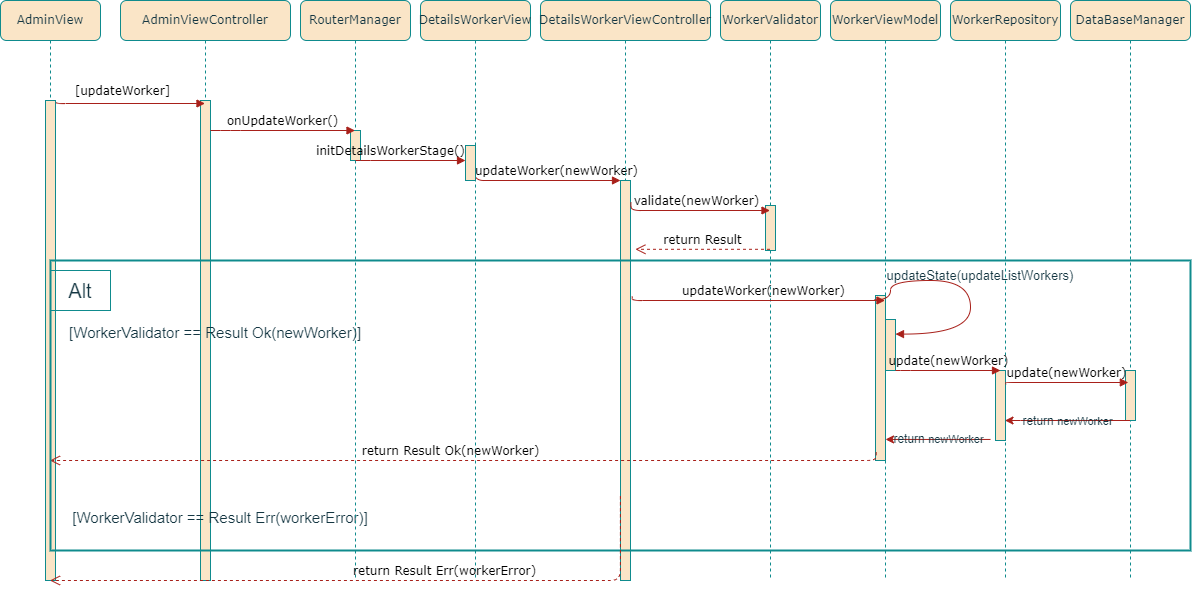
Above: EntornosDeDesarrollo/DiagramasDeSecuencia/Actualizar trabajador.png in kuromiichi/ProyectoFinalITV (draw.io), before the change. Source tidied: cells renumbered, new cells last; positions are measured from the earlier drawing's top-left corner, leaving out a move shared by most shapes. Source of this version:
```xml
<mxGraphModel>
  <root>
    <mxCell id="0" />
    <mxCell id="1" parent="0" />
    <mxCell id="2" value="AdminViewController" style="shape=umlLifeline;perimeter=lifelinePerimeter;whiteSpace=wrap;html=1;outlineConnect=0;rounded=1;shadow=0;comic=0;labelBackgroundColor=none;strokeWidth=1;fontFamily=Verdana;fontSize=12;align=center;fillColor=#FAE5C7;strokeColor=#0F8B8D;fontColor=#143642;" parent="1" vertex="1">
      <mxGeometry x="241" width="170" height="580" as="geometry" />
    </mxCell>
    <mxCell id="3" style="html=1;points=[];perimeter=orthogonalPerimeter;rounded=0;shadow=0;comic=0;labelBackgroundColor=none;strokeWidth=1;fontFamily=Verdana;fontSize=12;align=center;fillColor=#FAE5C7;strokeColor=#0F8B8D;fontColor=#143642;" parent="2" vertex="1">
      <mxGeometry x="80" y="100" width="10" height="480" as="geometry" />
    </mxCell>
    <mxCell id="4" value="[updateWorker]" style="html=1;verticalAlign=bottom;endArrow=block;labelBackgroundColor=none;fontFamily=Verdana;fontSize=12;edgeStyle=elbowEdgeStyle;elbow=vertical;exitX=1.069;exitY=-0.014;exitDx=0;exitDy=0;exitPerimeter=0;strokeColor=#A8201A;fontColor=default;" parent="2" edge="1" target="2">
      <mxGeometry x="-0.08" y="3" relative="1" as="geometry">
        <mxPoint x="-65" y="100" as="sourcePoint" />
        <Array as="points">
          <mxPoint x="39" y="103" />
          <mxPoint x="-241" y="93" />
        </Array>
      </mxGeometry>
    </mxCell>
    <mxCell id="5" value="&lt;font style=&quot;font-size: 15px;&quot;&gt;[WorkerValidator == Result Err(workerError)]&lt;/font&gt;" style="text;html=1;strokeColor=none;fillColor=none;align=center;verticalAlign=middle;whiteSpace=wrap;rounded=0;fontSize=20;labelBackgroundColor=none;fontColor=#143642;" parent="2" vertex="1">
      <mxGeometry x="-50" y="500" width="300" height="30" as="geometry" />
    </mxCell>
    <mxCell id="6" value="WorkerValidator" style="shape=umlLifeline;perimeter=lifelinePerimeter;whiteSpace=wrap;html=1;outlineConnect=0;rounded=1;shadow=0;comic=0;labelBackgroundColor=none;strokeWidth=1;fontFamily=Verdana;fontSize=12;align=center;fillColor=#FAE5C7;strokeColor=#0F8B8D;fontColor=#143642;" parent="1" vertex="1">
      <mxGeometry x="841" width="100" height="580" as="geometry" />
    </mxCell>
    <mxCell id="7" style="html=1;perimeter=orthogonalPerimeter;rounded=0;shadow=0;comic=0;labelBackgroundColor=none;strokeWidth=1;fontFamily=Verdana;fontSize=12;align=center;fillColor=#FAE5C7;strokeColor=#0F8B8D;fontColor=#143642;" parent="6" vertex="1">
      <mxGeometry x="45" y="205" width="10" height="45" as="geometry" />
    </mxCell>
    <mxCell id="8" value="WorkerRepository" style="shape=umlLifeline;perimeter=lifelinePerimeter;whiteSpace=wrap;html=1;outlineConnect=0;rounded=1;shadow=0;comic=0;labelBackgroundColor=none;strokeWidth=1;fontFamily=Verdana;fontSize=12;align=center;fillColor=#FAE5C7;strokeColor=#0F8B8D;fontColor=#143642;" parent="1" vertex="1">
      <mxGeometry x="1071" width="110" height="580" as="geometry" />
    </mxCell>
    <mxCell id="9" style="html=1;points=[];perimeter=orthogonalPerimeter;rounded=0;shadow=0;comic=0;labelBackgroundColor=none;strokeWidth=1;fontFamily=Verdana;fontSize=12;align=center;fillColor=#FAE5C7;strokeColor=#0F8B8D;fontColor=#143642;" parent="8" vertex="1">
      <mxGeometry x="45" y="370" width="10" height="70" as="geometry" />
    </mxCell>
    <mxCell id="10" value="&lt;font style=&quot;font-size: 13px;&quot;&gt;updateState(updateListWorkers)&lt;/font&gt;" style="text;html=1;strokeColor=none;fillColor=none;align=center;verticalAlign=middle;whiteSpace=wrap;rounded=0;labelBackgroundColor=none;fontColor=#143642;" parent="8" vertex="1">
      <mxGeometry x="-70" y="260" width="200" height="30" as="geometry" />
    </mxCell>
    <mxCell id="11" value="DataBaseManager" style="shape=umlLifeline;perimeter=lifelinePerimeter;whiteSpace=wrap;html=1;outlineConnect=0;rounded=1;shadow=0;comic=0;labelBackgroundColor=none;strokeWidth=1;fontFamily=Verdana;fontSize=12;align=center;fillColor=#FAE5C7;strokeColor=#0F8B8D;fontColor=#143642;" parent="1" vertex="1">
      <mxGeometry x="1191" width="120" height="580" as="geometry" />
    </mxCell>
    <mxCell id="12" style="html=1;points=[];perimeter=orthogonalPerimeter;rounded=0;shadow=0;comic=0;labelBackgroundColor=none;strokeWidth=1;fontFamily=Verdana;fontSize=12;align=center;fillColor=#FAE5C7;strokeColor=#0F8B8D;fontColor=#143642;" parent="11" vertex="1">
      <mxGeometry x="55" y="370" width="10" height="50" as="geometry" />
    </mxCell>
    <mxCell id="13" value="AdminView" style="shape=umlLifeline;perimeter=lifelinePerimeter;whiteSpace=wrap;html=1;outlineConnect=0;rounded=1;shadow=0;comic=0;labelBackgroundColor=none;strokeWidth=1;fontFamily=Verdana;fontSize=12;align=center;fillColor=#FAE5C7;strokeColor=#0F8B8D;fontColor=#143642;" parent="1" vertex="1">
      <mxGeometry x="121" width="100" height="580" as="geometry" />
    </mxCell>
    <mxCell id="14" style="html=1;perimeter=orthogonalPerimeter;rounded=0;shadow=0;comic=0;labelBackgroundColor=none;strokeWidth=1;fontFamily=Verdana;fontSize=12;align=center;fillColor=#FAE5C7;strokeColor=#0F8B8D;fontColor=#143642;" parent="13" vertex="1">
      <mxGeometry x="45" y="100" width="10" height="480" as="geometry" />
    </mxCell>
    <mxCell id="15" value="updateWorker(newWorker)" style="html=1;verticalAlign=bottom;endArrow=block;labelBackgroundColor=none;fontFamily=Verdana;fontSize=12;edgeStyle=elbowEdgeStyle;elbow=vertical;exitX=0.833;exitY=0.125;exitDx=0;exitDy=0;exitPerimeter=0;strokeColor=#A8201A;fontColor=default;" parent="1" edge="1" source="21" target="25">
      <mxGeometry x="0.28" relative="1" as="geometry">
        <Array as="points">
          <mxPoint x="631" y="180" />
          <mxPoint x="711" y="120" />
          <mxPoint x="431" y="110" />
        </Array>
      </mxGeometry>
    </mxCell>
    <mxCell id="16" value="RouterManager" style="shape=umlLifeline;perimeter=lifelinePerimeter;whiteSpace=wrap;html=1;outlineConnect=0;rounded=1;shadow=0;comic=0;labelBackgroundColor=none;strokeWidth=1;fontFamily=Verdana;fontSize=12;align=center;fillColor=#FAE5C7;strokeColor=#0F8B8D;fontColor=#143642;" parent="1" vertex="1">
      <mxGeometry x="421" width="110" height="580" as="geometry" />
    </mxCell>
    <mxCell id="17" style="html=1;perimeter=orthogonalPerimeter;rounded=0;shadow=0;comic=0;labelBackgroundColor=none;strokeWidth=1;fontFamily=Verdana;fontSize=12;align=center;fillColor=#FAE5C7;strokeColor=#0F8B8D;fontColor=#143642;" parent="16" vertex="1">
      <mxGeometry x="50" y="130" width="10" height="30" as="geometry" />
    </mxCell>
    <mxCell id="18" value="Alt" style="text;html=1;strokeColor=#0F8B8D;fillColor=none;align=center;verticalAlign=middle;whiteSpace=wrap;rounded=0;fontSize=20;labelBackgroundColor=none;fontColor=#143642;" parent="16" vertex="1">
      <mxGeometry x="-250" y="270" width="60" height="40" as="geometry" />
    </mxCell>
    <mxCell id="19" value="initDetailsWorkerStage()" style="html=1;verticalAlign=bottom;endArrow=block;labelBackgroundColor=none;fontFamily=Verdana;fontSize=12;edgeStyle=elbowEdgeStyle;elbow=vertical;strokeColor=#A8201A;fontColor=default;" parent="16" edge="1">
      <mxGeometry x="-0.36" relative="1" as="geometry">
        <mxPoint x="55" y="160" as="sourcePoint" />
        <mxPoint x="165" y="160" as="targetPoint" />
        <Array as="points">
          <mxPoint x="60" y="160" />
          <mxPoint x="170" y="160" />
        </Array>
      </mxGeometry>
    </mxCell>
    <mxCell id="20" value="DetailsWorkerView" style="shape=umlLifeline;perimeter=lifelinePerimeter;whiteSpace=wrap;html=1;rounded=1;shadow=0;comic=0;labelBackgroundColor=none;strokeWidth=1;fontFamily=Verdana;fontSize=12;align=center;fillColor=#FAE5C7;strokeColor=#0F8B8D;fontColor=#143642;" parent="1" vertex="1">
      <mxGeometry x="541" width="110" height="580" as="geometry" />
    </mxCell>
    <mxCell id="21" style="html=1;points=[];perimeter=orthogonalPerimeter;rounded=0;shadow=0;comic=0;labelBackgroundColor=none;strokeWidth=1;fontFamily=Verdana;fontSize=12;align=center;fillColor=#FAE5C7;strokeColor=#0F8B8D;fontColor=#143642;" parent="20" vertex="1">
      <mxGeometry x="45" y="145" width="10" height="35" as="geometry" />
    </mxCell>
    <mxCell id="22" value="onUpdateWorker()" style="html=1;verticalAlign=bottom;endArrow=block;labelBackgroundColor=none;fontFamily=Verdana;fontSize=12;edgeStyle=elbowEdgeStyle;elbow=vertical;strokeColor=#A8201A;fontColor=default;" parent="1" edge="1" source="3" target="16">
      <mxGeometry relative="1" as="geometry">
        <Array as="points">
          <mxPoint x="351" y="130" />
          <mxPoint x="461" y="130" />
        </Array>
      </mxGeometry>
    </mxCell>
    <mxCell id="23" value="return Result" style="html=1;verticalAlign=bottom;endArrow=open;dashed=1;endSize=8;labelBackgroundColor=none;fontFamily=Verdana;fontSize=12;entryX=1.489;entryY=0.172;entryDx=0;entryDy=0;entryPerimeter=0;strokeColor=#A8201A;fontColor=default;" parent="1" edge="1" source="6" target="25">
      <mxGeometry relative="1" as="geometry" />
    </mxCell>
    <mxCell id="24" value="DetailsWorkerViewController" style="shape=umlLifeline;perimeter=lifelinePerimeter;whiteSpace=wrap;html=1;rounded=1;shadow=0;comic=0;labelBackgroundColor=none;strokeWidth=1;fontFamily=Verdana;fontSize=12;align=center;fillColor=#FAE5C7;strokeColor=#0F8B8D;fontColor=#143642;" parent="1" vertex="1">
      <mxGeometry x="661" width="170" height="580" as="geometry" />
    </mxCell>
    <mxCell id="25" style="html=1;points=[];perimeter=orthogonalPerimeter;rounded=0;shadow=0;comic=0;labelBackgroundColor=none;strokeWidth=1;fontFamily=Verdana;fontSize=12;align=center;fillColor=#FAE5C7;strokeColor=#0F8B8D;fontColor=#143642;" parent="24" vertex="1">
      <mxGeometry x="80" y="180" width="10" height="400" as="geometry" />
    </mxCell>
    <mxCell id="26" value="validate(newWorker)" style="html=1;verticalAlign=bottom;endArrow=block;labelBackgroundColor=none;fontFamily=Verdana;fontSize=12;edgeStyle=elbowEdgeStyle;elbow=vertical;exitX=1.041;exitY=0.055;exitDx=0;exitDy=0;exitPerimeter=0;strokeColor=#A8201A;fontColor=default;" parent="1" edge="1" source="25" target="6">
      <mxGeometry relative="1" as="geometry">
        <Array as="points">
          <mxPoint x="761" y="210" />
          <mxPoint x="741" y="230" />
          <mxPoint x="641" y="190" />
          <mxPoint x="721" y="130" />
          <mxPoint x="441" y="120" />
        </Array>
      </mxGeometry>
    </mxCell>
    <mxCell id="27" value="WorkerViewModel" style="shape=umlLifeline;perimeter=lifelinePerimeter;whiteSpace=wrap;html=1;outlineConnect=0;rounded=1;shadow=0;comic=0;labelBackgroundColor=none;strokeWidth=1;fontFamily=Verdana;fontSize=12;align=center;fillColor=#FAE5C7;strokeColor=#0F8B8D;fontColor=#143642;" parent="1" vertex="1">
      <mxGeometry x="951" width="110" height="580" as="geometry" />
    </mxCell>
    <mxCell id="28" style="html=1;points=[];perimeter=orthogonalPerimeter;rounded=0;shadow=0;comic=0;labelBackgroundColor=none;strokeWidth=1;fontFamily=Verdana;fontSize=12;align=center;fillColor=#FAE5C7;strokeColor=#0F8B8D;fontColor=#143642;" parent="27" vertex="1">
      <mxGeometry x="45" y="295" width="10" height="165" as="geometry" />
    </mxCell>
    <mxCell id="29" style="html=1;points=[];perimeter=orthogonalPerimeter;rounded=0;shadow=0;comic=0;labelBackgroundColor=none;strokeWidth=1;fontFamily=Verdana;fontSize=12;align=center;fillColor=#FAE5C7;strokeColor=#0F8B8D;fontColor=#143642;" parent="27" vertex="1">
      <mxGeometry x="55" y="319" width="10" height="51" as="geometry" />
    </mxCell>
    <mxCell id="30" style="html=1;verticalAlign=bottom;endArrow=block;labelBackgroundColor=none;fontFamily=Verdana;fontSize=12;elbow=vertical;edgeStyle=orthogonalEdgeStyle;curved=1;entryX=1;entryY=0.286;entryPerimeter=0;exitX=-0.137;exitY=0.027;exitPerimeter=0;exitDx=0;exitDy=0;strokeColor=#A8201A;fontColor=default;" parent="27" edge="1" source="28" target="29">
      <mxGeometry relative="1" as="geometry">
        <Array as="points">
          <mxPoint x="60" y="300" />
          <mxPoint x="60" y="280" />
          <mxPoint x="140" y="280" />
          <mxPoint x="140" y="334" />
        </Array>
      </mxGeometry>
    </mxCell>
    <mxCell id="31" style="endArrow=classic;html=1;rounded=1;labelBackgroundColor=none;strokeColor=#A8201A;fontColor=default;" parent="27" edge="1">
      <mxGeometry relative="1" as="geometry">
        <mxPoint x="160" y="438.9" as="sourcePoint" />
        <mxPoint x="55" y="438.9" as="targetPoint" />
        <Array as="points">
          <mxPoint x="136" y="438.9" />
        </Array>
      </mxGeometry>
    </mxCell>
    <mxCell id="32" value="&lt;font style=&quot;font-size: 12px;&quot;&gt;return&amp;nbsp;&lt;/font&gt;newWorker" style="edgeLabel;html=1;align=center;verticalAlign=middle;labelBackgroundColor=none;fontColor=#143642;" parent="31" vertex="1">
      <mxGeometry relative="1" as="geometry" />
    </mxCell>
    <mxCell id="33" value="updateWorker(newWorker)" style="html=1;verticalAlign=bottom;endArrow=block;labelBackgroundColor=none;fontFamily=Verdana;fontSize=12;edgeStyle=elbowEdgeStyle;elbow=vertical;exitX=1.174;exitY=0.29;exitDx=0;exitDy=0;exitPerimeter=0;strokeColor=#A8201A;fontColor=default;" parent="1" edge="1" source="25" target="27">
      <mxGeometry x="0.05" relative="1" as="geometry">
        <Array as="points">
          <mxPoint x="781" y="300" />
          <mxPoint x="730" y="315" />
          <mxPoint x="630" y="275" />
          <mxPoint x="710" y="215" />
          <mxPoint x="430" y="205" />
        </Array>
      </mxGeometry>
    </mxCell>
    <mxCell id="34" value="update(newWorker)" style="html=1;verticalAlign=bottom;endArrow=block;labelBackgroundColor=none;fontFamily=Verdana;fontSize=12;edgeStyle=elbowEdgeStyle;elbow=vertical;entryX=0.284;entryY=0.233;entryDx=0;entryDy=0;entryPerimeter=0;exitX=1.021;exitY=0.196;exitDx=0;exitDy=0;exitPerimeter=0;strokeColor=#A8201A;fontColor=default;" parent="1" edge="1" source="9" target="12">
      <mxGeometry x="0.01" relative="1" as="geometry">
        <Array as="points">
          <mxPoint x="1181" y="382" />
          <mxPoint x="1306" y="369.2" />
        </Array>
      </mxGeometry>
    </mxCell>
    <mxCell id="35" style="endArrow=classic;html=1;rounded=1;labelBackgroundColor=none;strokeColor=#A8201A;fontColor=default;" parent="1" edge="1" source="11" target="8">
      <mxGeometry relative="1" as="geometry">
        <Array as="points">
          <mxPoint x="1131" y="420" />
        </Array>
      </mxGeometry>
    </mxCell>
    <mxCell id="36" value="&lt;font style=&quot;font-size: 12px;&quot;&gt;return&amp;nbsp;&lt;/font&gt;newWorker" style="edgeLabel;html=1;align=center;verticalAlign=middle;labelBackgroundColor=none;fontColor=#143642;" parent="35" vertex="1">
      <mxGeometry relative="1" as="geometry" />
    </mxCell>
    <mxCell id="37" value="return Result Ok(newWorker)" style="html=1;verticalAlign=bottom;endArrow=open;dashed=1;endSize=8;labelBackgroundColor=none;fontFamily=Verdana;fontSize=12;edgeStyle=elbowEdgeStyle;elbow=vertical;exitX=0.068;exitY=0.95;exitDx=0;exitDy=0;exitPerimeter=0;strokeColor=#A8201A;fontColor=default;" parent="1" edge="1" source="28" target="13">
      <mxGeometry x="0.04" relative="1" as="geometry">
        <Array as="points">
          <mxPoint x="651" y="460" />
          <mxPoint x="371" y="460" />
          <mxPoint x="1111" y="640" />
        </Array>
      </mxGeometry>
    </mxCell>
    <mxCell id="38" value="update(newWorker)" style="html=1;verticalAlign=bottom;endArrow=block;labelBackgroundColor=none;fontFamily=Verdana;fontSize=12;edgeStyle=elbowEdgeStyle;elbow=vertical;strokeColor=#A8201A;fontColor=default;" parent="1" edge="1">
      <mxGeometry relative="1" as="geometry">
        <mxPoint x="1016" y="370" as="sourcePoint" />
        <mxPoint x="1121" y="370" as="targetPoint" />
        <Array as="points">
          <mxPoint x="1021" y="370" />
          <mxPoint x="1131" y="370" />
        </Array>
      </mxGeometry>
    </mxCell>
    <mxCell id="39" style="rounded=0;whiteSpace=wrap;html=1;strokeWidth=2;absoluteArcSize=0;fillOpacity=0;fillColor=#FAE5C7;strokeColor=#0F8B8D;labelBackgroundColor=none;fontColor=#143642;" parent="1" vertex="1">
      <mxGeometry x="171" y="260" width="1140" height="290" as="geometry" />
    </mxCell>
    <mxCell id="40" value="&lt;font style=&quot;font-size: 15px;&quot;&gt;[WorkerValidator == Result Ok(newWorker)]&lt;/font&gt;" style="text;html=1;strokeColor=none;fillColor=none;align=center;verticalAlign=middle;whiteSpace=wrap;rounded=0;fontSize=20;labelBackgroundColor=none;fontColor=#143642;" parent="1" vertex="1">
      <mxGeometry x="181" y="315" width="310" height="30" as="geometry" />
    </mxCell>
    <mxCell id="41" style="edgeStyle=orthogonalEdgeStyle;rounded=0;orthogonalLoop=1;jettySize=auto;html=1;exitX=0.5;exitY=1;exitDx=0;exitDy=0;labelBackgroundColor=none;strokeColor=#A8201A;fontColor=default;" parent="1" edge="1" source="40" target="40">
      <mxGeometry relative="1" as="geometry" />
    </mxCell>
    <mxCell id="42" value="return Result Err(workerError)" style="html=1;verticalAlign=bottom;endArrow=open;dashed=1;endSize=8;labelBackgroundColor=none;fontFamily=Verdana;fontSize=12;edgeStyle=elbowEdgeStyle;elbow=vertical;exitX=-0.011;exitY=0.789;exitDx=0;exitDy=0;exitPerimeter=0;strokeColor=#A8201A;fontColor=default;" parent="1" edge="1" source="25" target="13">
      <mxGeometry x="-0.2" relative="1" as="geometry">
        <Array as="points">
          <mxPoint x="511" y="580" />
          <mxPoint x="511" y="550" />
          <mxPoint x="387" y="530" />
          <mxPoint x="1127" y="710" />
        </Array>
      </mxGeometry>
    </mxCell>
  </root>
</mxGraphModel>
```
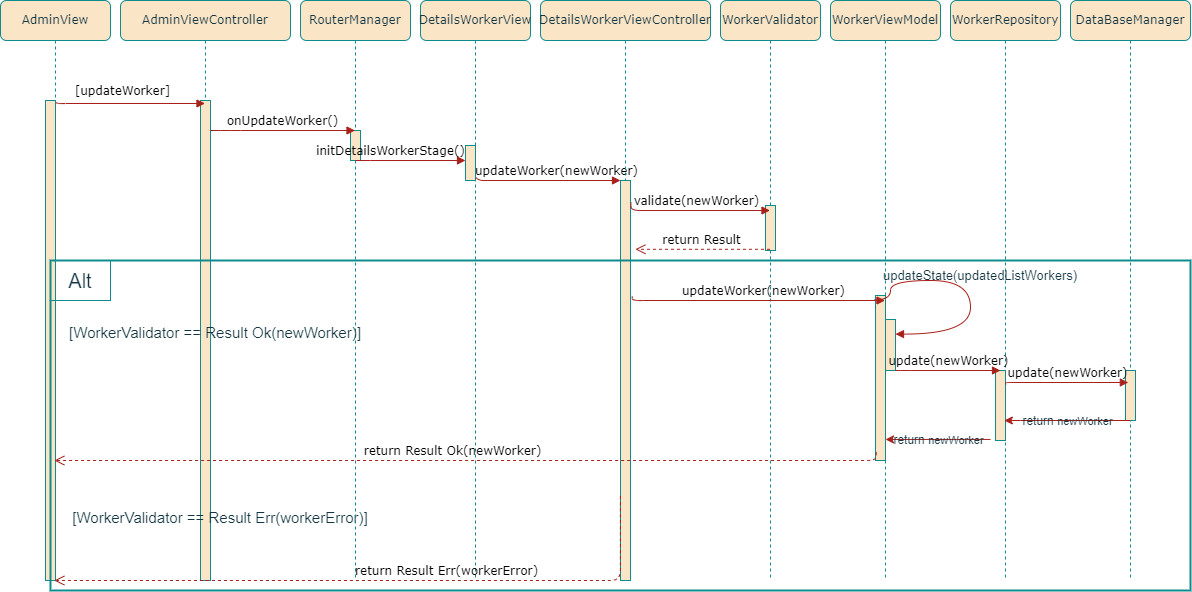
The same diagram one commit later.

Commit message:
Actualizacion diagrama de secuencias

Change to the diagram source:
```diff
@@ -32,7 +32,7 @@
     <mxCell id="9" style="html=1;points=[];perimeter=orthogonalPerimeter;rounded=0;shadow=0;comic=0;labelBackgroundColor=none;strokeWidth=1;fontFamily=Verdana;fontSize=12;align=center;fillColor=#FAE5C7;strokeColor=#0F8B8D;fontColor=#143642;" parent="8" vertex="1">
       <mxGeometry x="45" y="370" width="10" height="70" as="geometry" />
     </mxCell>
-    <mxCell id="10" value="&lt;font style=&quot;font-size: 13px;&quot;&gt;updateState(updateListWorkers)&lt;/font&gt;" style="text;html=1;strokeColor=none;fillColor=none;align=center;verticalAlign=middle;whiteSpace=wrap;rounded=0;labelBackgroundColor=none;fontColor=#143642;" parent="8" vertex="1">
+    <mxCell id="10" value="&lt;font style=&quot;font-size: 13px;&quot;&gt;updateState(updatedListWorkers)&lt;/font&gt;" style="text;html=1;strokeColor=none;fillColor=none;align=center;verticalAlign=middle;whiteSpace=wrap;rounded=0;labelBackgroundColor=none;fontColor=#143642;" parent="8" vertex="1">
       <mxGeometry x="-70" y="260" width="200" height="30" as="geometry" />
     </mxCell>
     <mxCell id="11" value="DataBaseManager" style="shape=umlLifeline;perimeter=lifelinePerimeter;whiteSpace=wrap;html=1;outlineConnect=0;rounded=1;shadow=0;comic=0;labelBackgroundColor=none;strokeWidth=1;fontFamily=Verdana;fontSize=12;align=center;fillColor=#FAE5C7;strokeColor=#0F8B8D;fontColor=#143642;" parent="1" vertex="1">
@@ -42,11 +42,14 @@
       <mxGeometry x="55" y="370" width="10" height="50" as="geometry" />
     </mxCell>
     <mxCell id="13" value="AdminView" style="shape=umlLifeline;perimeter=lifelinePerimeter;whiteSpace=wrap;html=1;outlineConnect=0;rounded=1;shadow=0;comic=0;labelBackgroundColor=none;strokeWidth=1;fontFamily=Verdana;fontSize=12;align=center;fillColor=#FAE5C7;strokeColor=#0F8B8D;fontColor=#143642;" parent="1" vertex="1">
-      <mxGeometry x="121" width="100" height="580" as="geometry" />
+      <mxGeometry x="121" width="110" height="580" as="geometry" />
     </mxCell>
     <mxCell id="14" style="html=1;perimeter=orthogonalPerimeter;rounded=0;shadow=0;comic=0;labelBackgroundColor=none;strokeWidth=1;fontFamily=Verdana;fontSize=12;align=center;fillColor=#FAE5C7;strokeColor=#0F8B8D;fontColor=#143642;" parent="13" vertex="1">
       <mxGeometry x="45" y="100" width="10" height="480" as="geometry" />
     </mxCell>
+    <mxCell id="18" value="Alt" style="text;html=1;strokeColor=#0F8B8D;fillColor=none;align=center;verticalAlign=middle;whiteSpace=wrap;rounded=0;fontSize=20;labelBackgroundColor=none;fontColor=#143642;" parent="13" vertex="1">
+      <mxGeometry x="50" y="260" width="60" height="40" as="geometry" />
+    </mxCell>
     <mxCell id="15" value="updateWorker(newWorker)" style="html=1;verticalAlign=bottom;endArrow=block;labelBackgroundColor=none;fontFamily=Verdana;fontSize=12;edgeStyle=elbowEdgeStyle;elbow=vertical;exitX=0.833;exitY=0.125;exitDx=0;exitDy=0;exitPerimeter=0;strokeColor=#A8201A;fontColor=default;" parent="1" edge="1" source="21" target="25">
       <mxGeometry x="0.28" relative="1" as="geometry">
         <Array as="points">
@@ -62,9 +65,6 @@
     <mxCell id="17" style="html=1;perimeter=orthogonalPerimeter;rounded=0;shadow=0;comic=0;labelBackgroundColor=none;strokeWidth=1;fontFamily=Verdana;fontSize=12;align=center;fillColor=#FAE5C7;strokeColor=#0F8B8D;fontColor=#143642;" parent="16" vertex="1">
       <mxGeometry x="50" y="130" width="10" height="30" as="geometry" />
     </mxCell>
-    <mxCell id="18" value="Alt" style="text;html=1;strokeColor=#0F8B8D;fillColor=none;align=center;verticalAlign=middle;whiteSpace=wrap;rounded=0;fontSize=20;labelBackgroundColor=none;fontColor=#143642;" parent="16" vertex="1">
-      <mxGeometry x="-250" y="270" width="60" height="40" as="geometry" />
-    </mxCell>
     <mxCell id="19" value="initDetailsWorkerStage()" style="html=1;verticalAlign=bottom;endArrow=block;labelBackgroundColor=none;fontFamily=Verdana;fontSize=12;edgeStyle=elbowEdgeStyle;elbow=vertical;strokeColor=#A8201A;fontColor=default;" parent="16" edge="1">
       <mxGeometry x="-0.36" relative="1" as="geometry">
         <mxPoint x="55" y="160" as="sourcePoint" />
@@ -189,7 +189,7 @@
       </mxGeometry>
     </mxCell>
     <mxCell id="39" style="rounded=0;whiteSpace=wrap;html=1;strokeWidth=2;absoluteArcSize=0;fillOpacity=0;fillColor=#FAE5C7;strokeColor=#0F8B8D;labelBackgroundColor=none;fontColor=#143642;" parent="1" vertex="1">
-      <mxGeometry x="171" y="260" width="1140" height="290" as="geometry" />
+      <mxGeometry x="171" y="260" width="1140" height="330" as="geometry" />
     </mxCell>
     <mxCell id="40" value="&lt;font style=&quot;font-size: 15px;&quot;&gt;[WorkerValidator == Result Ok(newWorker)]&lt;/font&gt;" style="text;html=1;strokeColor=none;fillColor=none;align=center;verticalAlign=middle;whiteSpace=wrap;rounded=0;fontSize=20;labelBackgroundColor=none;fontColor=#143642;" parent="1" vertex="1">
       <mxGeometry x="181" y="315" width="310" height="30" as="geometry" />
```
